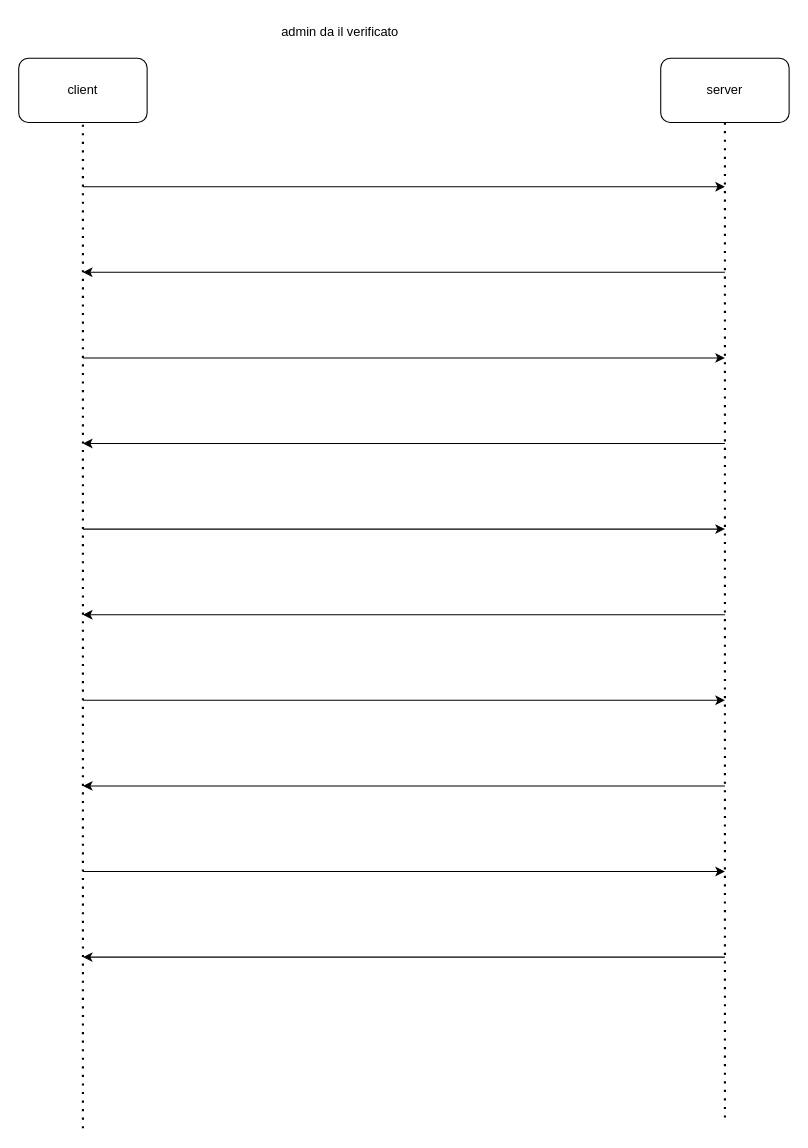
Earlier version of the draw.io diagram drawio/usecase6.drawio (Samuele223/PetHouse). Source tidied: cells renumbered, new cells numbered last; positions are measured from the earlier drawing's top-left corner, leaving out a move shared by most shapes. Both pictures are drawn from the tidied source at 107%, with x=0, y=0 at pixel (18, 18).
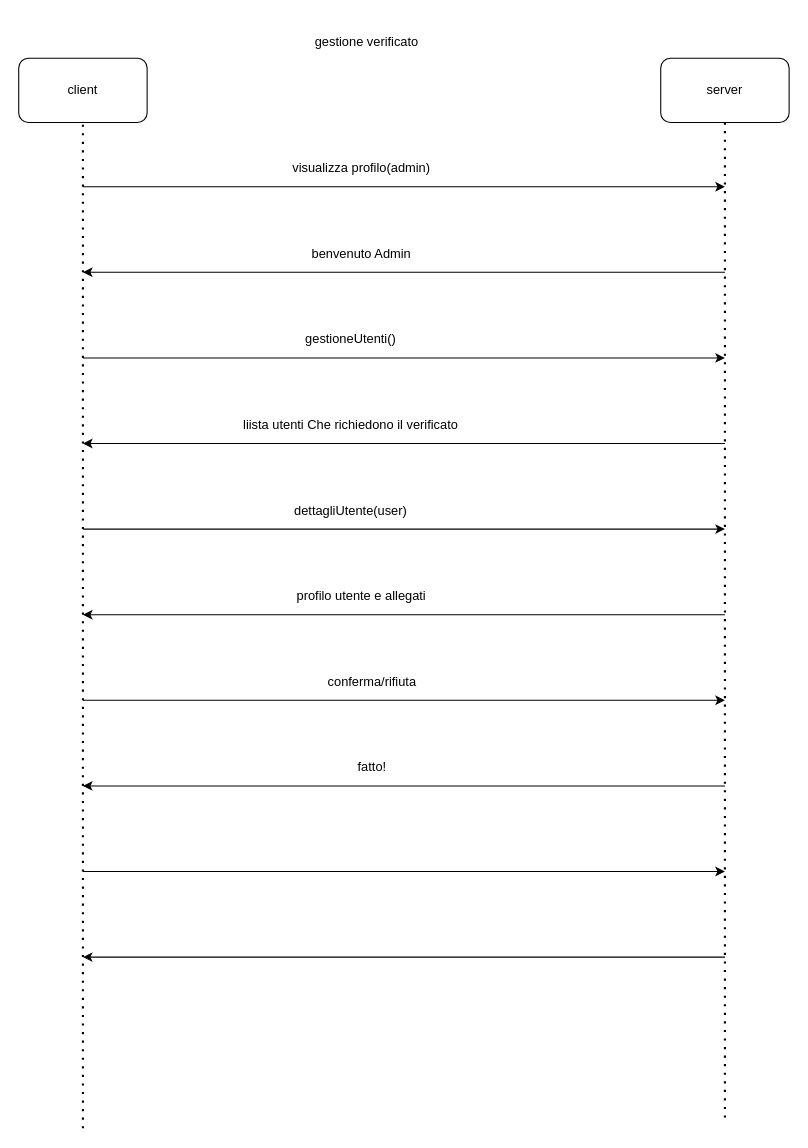
The same page after the edit.

What changed in the source:
```diff
@@
-    <mxCell id="16" value="admin da il verificato&lt;div&gt;&lt;br&gt;&lt;/div&gt;" style="text;html=1;align=center;verticalAlign=middle;strokeColor=none;fillColor=none;" parent="1" vertex="1">
-      <mxGeometry x="235" width="130" height="40" as="geometry" />
-    </mxCell>
+    <mxCell id="17" value="visualizza profilo(admin)" style="text;html=1;align=center;verticalAlign=middle;strokeColor=none;fillColor=none;" parent="1" vertex="1">
+      <mxGeometry x="245" y="125" width="150" height="30" as="geometry" />
+    </mxCell>
+    <mxCell id="18" value="benvenuto Admin" style="text;html=1;align=center;verticalAlign=middle;strokeColor=none;fillColor=none;" parent="1" vertex="1">
+      <mxGeometry x="260" y="205" width="120" height="30" as="geometry" />
+    </mxCell>
+    <mxCell id="19" value="gestioneUtenti()" style="text;html=1;align=center;verticalAlign=middle;strokeColor=none;fillColor=none;" parent="1" vertex="1">
+      <mxGeometry x="255" y="285" width="110" height="30" as="geometry" />
+    </mxCell>
+    <mxCell id="20" value="liista utenti Che richiedono il verificato" style="text;html=1;align=center;verticalAlign=middle;strokeColor=none;fillColor=none;" parent="1" vertex="1">
+      <mxGeometry x="200" y="365" width="220" height="30" as="geometry" />
+    </mxCell>
+    <mxCell id="21" value="dettagliUtente(user)" style="text;html=1;align=center;verticalAlign=middle;strokeColor=none;fillColor=none;" parent="1" vertex="1">
+      <mxGeometry x="245" y="445" width="130" height="30" as="geometry" />
+    </mxCell>
+    <mxCell id="22" value="profilo utente e allegati" style="text;html=1;align=center;verticalAlign=middle;strokeColor=none;fillColor=none;" parent="1" vertex="1">
+      <mxGeometry x="250" y="525" width="140" height="30" as="geometry" />
+    </mxCell>
+    <mxCell id="23" value="conferma/rifiuta" style="text;html=1;align=center;verticalAlign=middle;strokeColor=none;fillColor=none;" parent="1" vertex="1">
+      <mxGeometry x="275" y="605" width="110" height="30" as="geometry" />
+    </mxCell>
+    <mxCell id="24" value="fatto!" style="text;html=1;align=center;verticalAlign=middle;strokeColor=none;fillColor=none;" parent="1" vertex="1">
+      <mxGeometry x="305" y="685" width="50" height="30" as="geometry" />
+    </mxCell>
+    <mxCell id="25" value="gestione verificato" style="text;html=1;align=center;verticalAlign=middle;strokeColor=none;fillColor=none;" parent="1" vertex="1">
+      <mxGeometry x="265" y="7" width="120" height="30" as="geometry" />
+    </mxCell>
```
